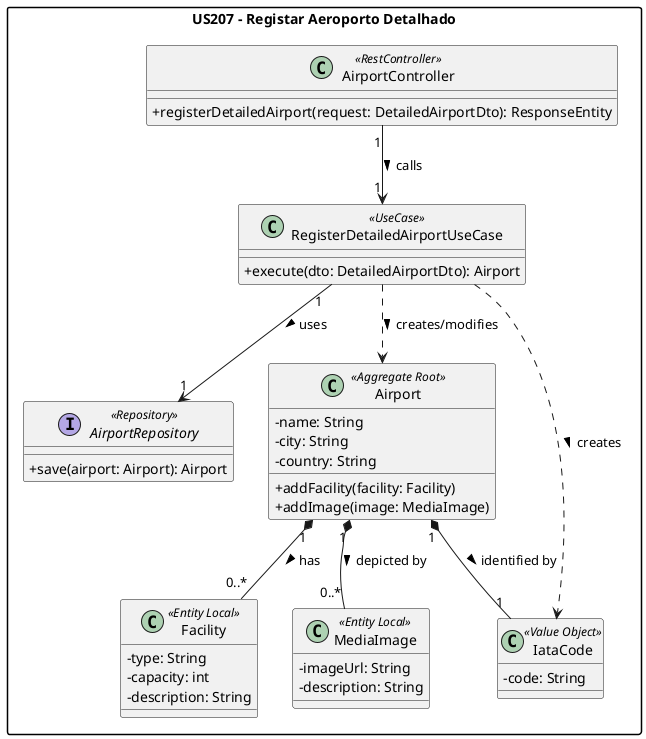
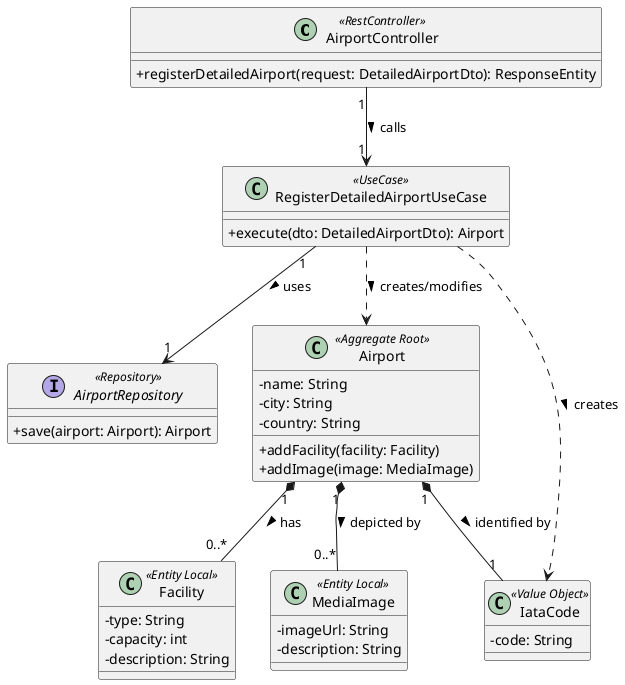
@startuml
skinparam classAttributeIconSize 0
skinparam packageStyle rectangle

- package "US207 - Registar Aeroporto Detalhado" {

    class AirportController <<RestController>> {
      + registerDetailedAirport(request: DetailedAirportDto): ResponseEntity
    }

    class RegisterDetailedAirportUseCase <<UseCase>> {
      + execute(dto: DetailedAirportDto): Airport
    }

    interface AirportRepository <<Repository>> {
      + save(airport: Airport): Airport
    }

    class Airport <<Aggregate Root>> {
      - name: String
      - city: String
      - country: String
      + addFacility(facility: Facility)
      + addImage(image: MediaImage)
    }

    class IataCode <<Value Object>> {
      - code: String
    }

    class Facility <<Entity Local>> {
      - type: String
      - capacity: int
      - description: String
    }

    class MediaImage <<Entity Local>> {
      - imageUrl: String
      - description: String
    }

    AirportController "1" --> "1" RegisterDetailedAirportUseCase : calls >
    RegisterDetailedAirportUseCase "1" --> "1" AirportRepository : uses >
    RegisterDetailedAirportUseCase ..> Airport : creates/modifies >
    RegisterDetailedAirportUseCase ..> IataCode : creates >

    Airport "1" *-- "1" IataCode : identified by >
    Airport "1" *-- "0..*" Facility : has >
    Airport "1" *-- "0..*" MediaImage : depicted by >
- }
@enduml